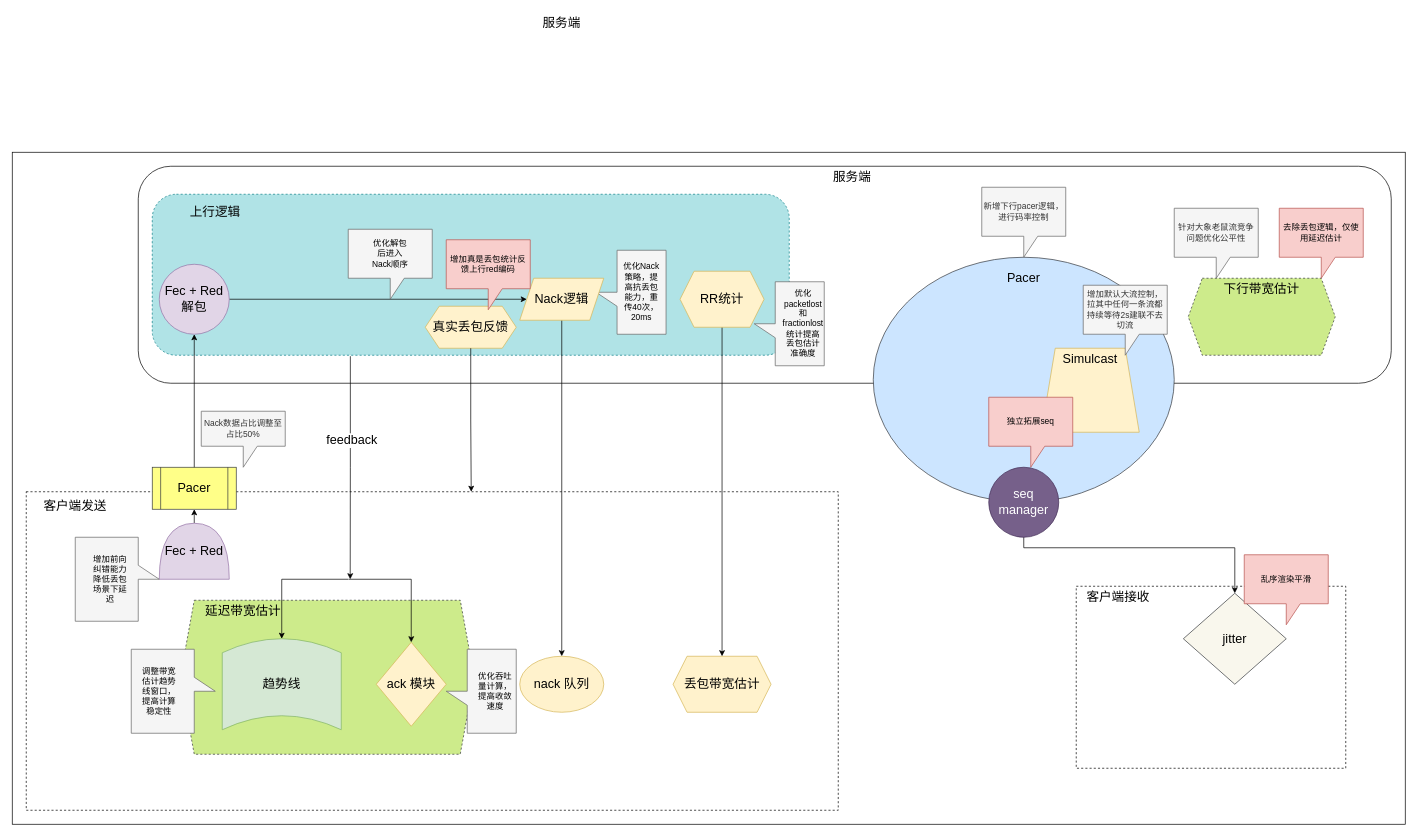
Earlier version of the draw.io diagram draw/rtc 系统.drawio (qw225967/loki). Source tidied: cells renumbered, new cells numbered last; positions are measured from the earlier drawing's top-left corner, leaving out a move shared by most shapes. Both pictures are drawn from the tidied source at 70%, with x=0, y=0 at pixel (12, 12).
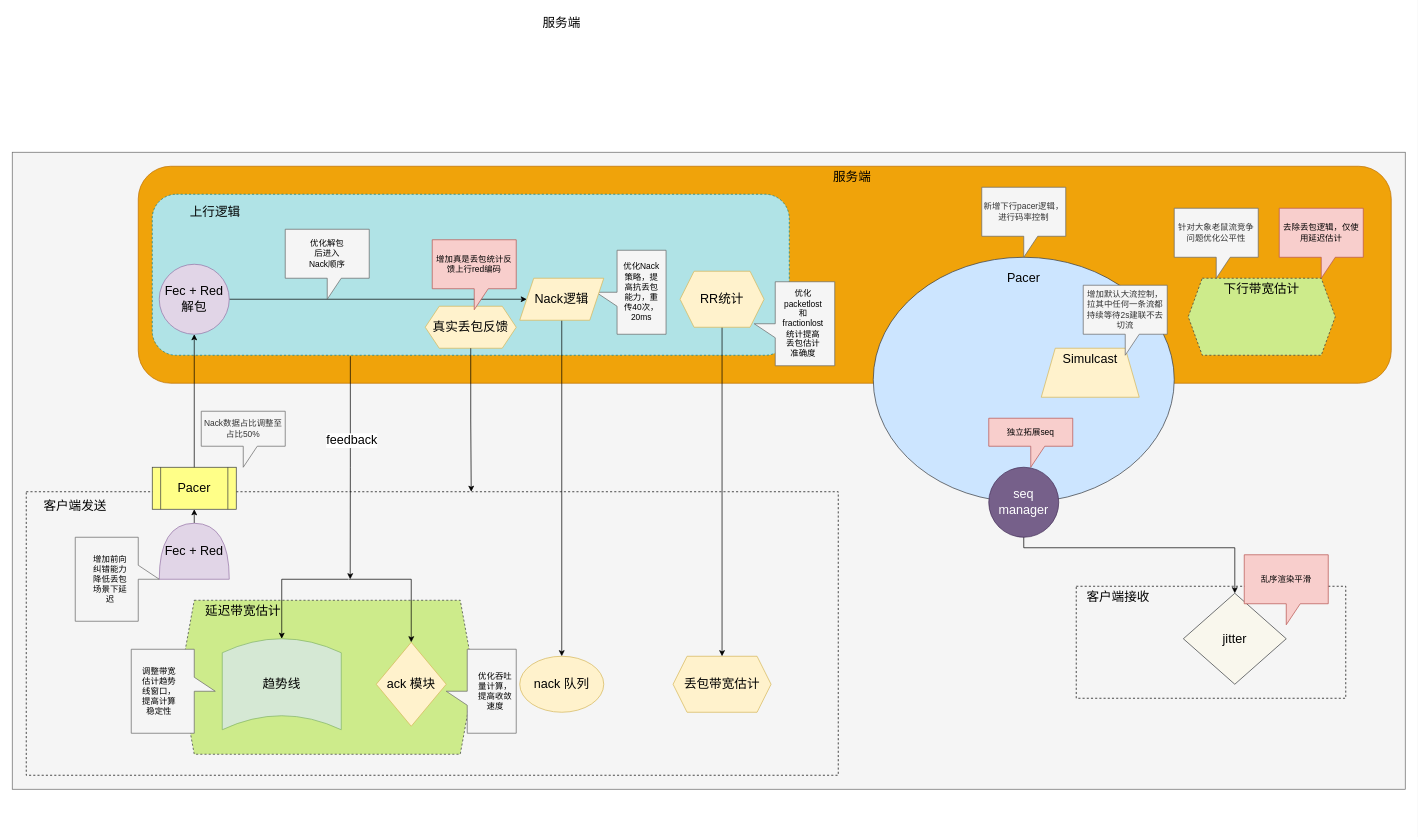
Above is the later version.

What changed in the source:
```diff
@@
-    <mxCell id="2" style="rounded=0;whiteSpace=wrap;html=1;" parent="1" vertex="1">
-      <mxGeometry y="200" width="1990" height="960" as="geometry" />
+    <mxCell id="2" style="rounded=0;whiteSpace=wrap;html=1;fillColor=#f5f5f5;fontColor=#333333;strokeColor=#666666;" parent="1" vertex="1">
+      <mxGeometry y="200" width="1990" height="910" as="geometry" />
     </mxCell>
-    <mxCell id="3" style="rounded=1;whiteSpace=wrap;html=1;" parent="1" vertex="1">
+    <mxCell id="3" style="rounded=1;whiteSpace=wrap;html=1;fillColor=#f0a30a;fontColor=#000000;strokeColor=#BD7000;" parent="1" vertex="1">
       <mxGeometry x="180" y="220" width="1790" height="310" as="geometry" />
     </mxCell>
     <mxCell id="4" style="rounded=0;whiteSpace=wrap;html=1;fillColor=none;dashed=1;" parent="1" vertex="1">
-      <mxGeometry x="1520" y="820" width="385" height="260" as="geometry" />
+      <mxGeometry x="1520" y="820" width="385" height="160" as="geometry" />
     </mxCell>
@@
     <mxCell id="7" style="rounded=0;whiteSpace=wrap;html=1;fillColor=none;dashed=1;" parent="1" vertex="1">
-      <mxGeometry x="20" y="685" width="1160" height="455" as="geometry" />
+      <mxGeometry x="20" y="685" width="1160" height="405" as="geometry" />
     </mxCell>
@@
     <mxCell id="31" style="shape=callout;whiteSpace=wrap;html=1;perimeter=calloutPerimeter;rotation=90;fillColor=#f5f5f5;fontColor=#333333;strokeColor=#666666;" parent="1" vertex="1">
-      <mxGeometry x="1050" y="395" width="120" height="100" as="geometry" />
+      <mxGeometry x="1057.5" y="387.5" width="120" height="115" as="geometry" />
     </mxCell>
@@
     <mxCell id="47" style="shape=callout;whiteSpace=wrap;html=1;perimeter=calloutPerimeter;rotation=0;fillColor=#f5f5f5;fontColor=#333333;strokeColor=#666666;" parent="1" vertex="1">
-      <mxGeometry x="480" y="310" width="120" height="100" as="geometry" />
+      <mxGeometry x="390" y="310" width="120" height="100" as="geometry" />
     </mxCell>
@@
     <mxCell id="49" value="优化解包后进入Nack顺序" style="text;strokeColor=none;align=center;fillColor=none;html=1;verticalAlign=middle;whiteSpace=wrap;rounded=0;" parent="1" vertex="1">
-      <mxGeometry x="510" y="330" width="60" height="30" as="geometry" />
+      <mxGeometry x="420" y="330" width="60" height="30" as="geometry" />
     </mxCell>
@@
     <mxCell id="52" style="shape=trapezoid;perimeter=trapezoidPerimeter;whiteSpace=wrap;html=1;fixedSize=1;fillColor=#fff2cc;strokeColor=#d6b656;" parent="1" vertex="1">
-      <mxGeometry x="1470" y="480" width="140" height="120" as="geometry" />
+      <mxGeometry x="1470" y="480" width="140" height="70" as="geometry" />
     </mxCell>
@@
     <mxCell id="60" value="独立拓展seq" style="shape=callout;whiteSpace=wrap;html=1;perimeter=calloutPerimeter;rotation=0;fillColor=#f8cecc;strokeColor=#b85450;" parent="1" vertex="1">
-      <mxGeometry x="1395" y="550" width="120" height="100" as="geometry" />
+      <mxGeometry x="1395" y="580" width="120" height="70" as="geometry" />
     </mxCell>
@@
     <mxCell id="64" value="增加真是丢包统计反馈上行red编码" style="shape=callout;whiteSpace=wrap;html=1;perimeter=calloutPerimeter;rotation=0;fillColor=#f8cecc;strokeColor=#b85450;" parent="1" vertex="1">
-      <mxGeometry x="620" y="325" width="120" height="100" as="geometry" />
+      <mxGeometry x="600" y="325" width="120" height="100" as="geometry" />
     </mxCell>
```
